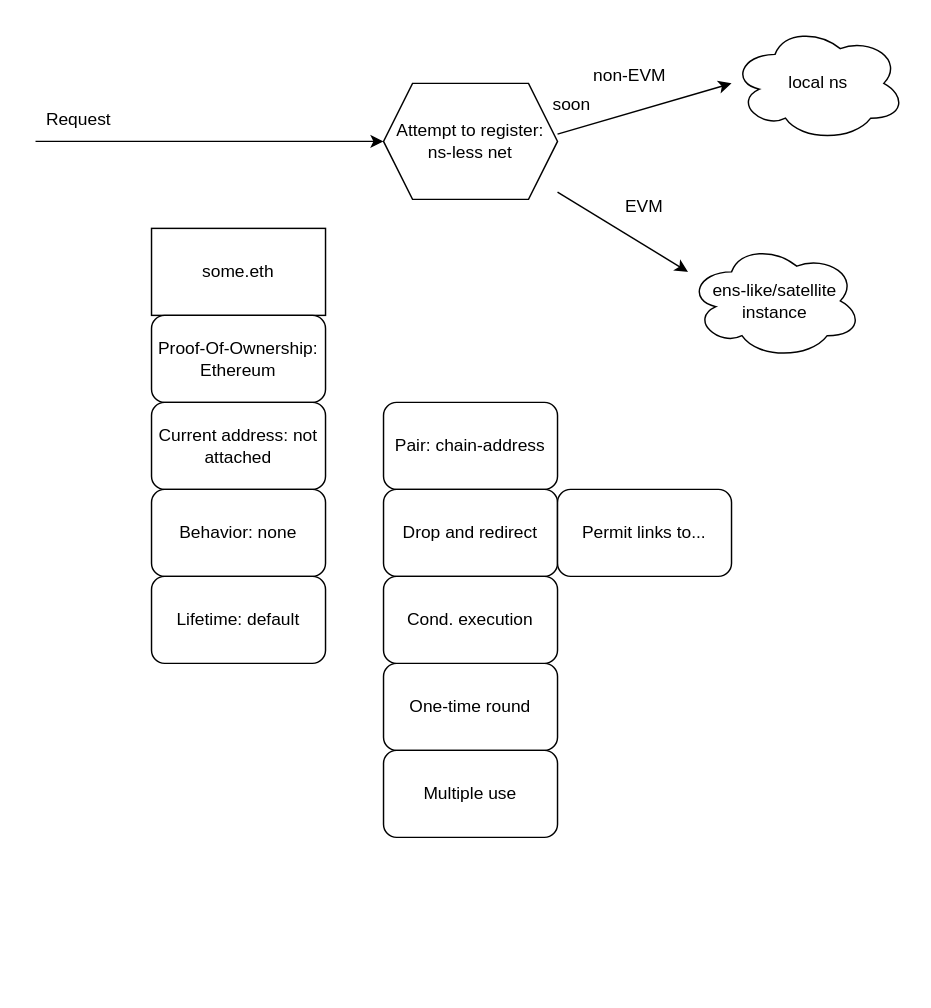
This is diagram.drawio from bitspresso/whatever-works, a draw.io file, before an edit. Source tidied: cells renumbered, new cells numbered last; positions are measured from the earlier drawing's top-left corner, leaving out a move shared by most shapes. Both pictures are drawn from the tidied source at 145%, with x=0, y=0 at pixel (35, 25).
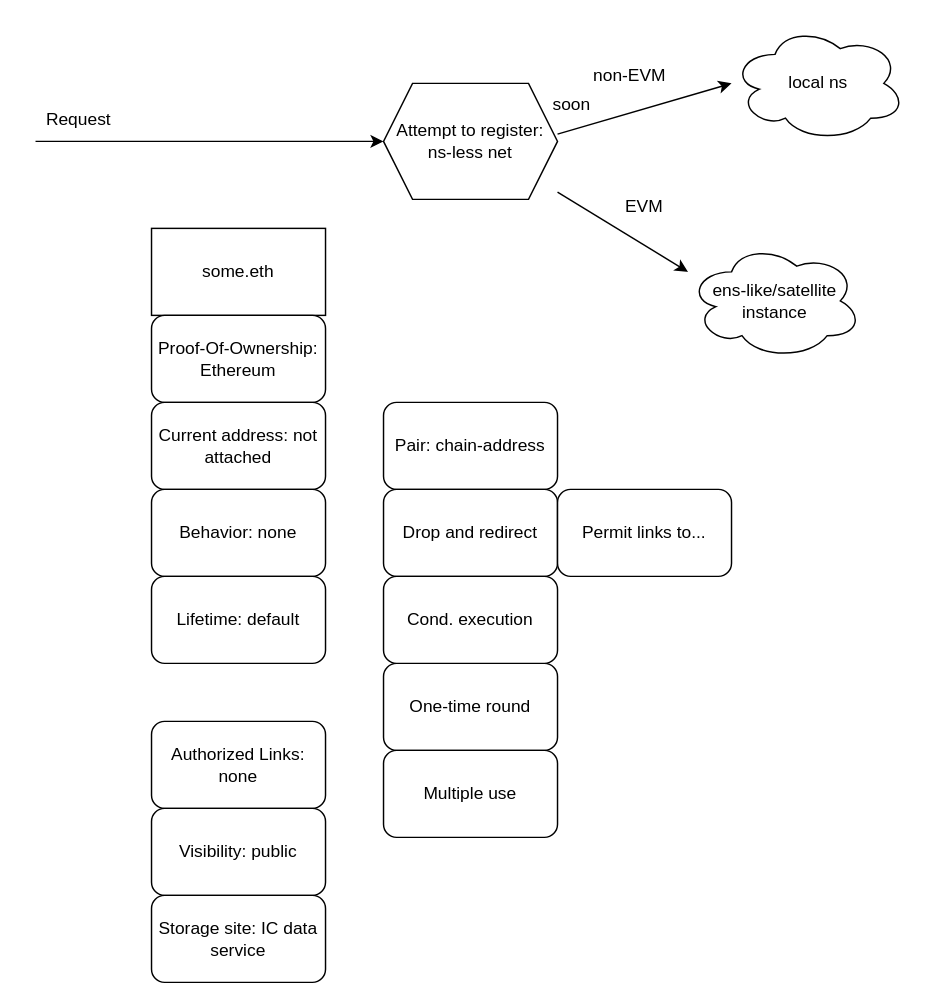
The same diagram, later.

Change to the diagram source:
```diff
@@
+    <mxCell id="23" value="Authorized Links: none" style="rounded=1;whiteSpace=wrap;html=1;" parent="1" vertex="1">
+      <mxGeometry x="80" y="480" width="120" height="60" as="geometry" />
+    </mxCell>
+    <mxCell id="24" value="Visibility: public" style="rounded=1;whiteSpace=wrap;html=1;" parent="1" vertex="1">
+      <mxGeometry x="80" y="540" width="120" height="60" as="geometry" />
+    </mxCell>
+    <mxCell id="25" value="Storage site: IC data service" style="rounded=1;whiteSpace=wrap;html=1;" parent="1" vertex="1">
+      <mxGeometry x="80" y="600" width="120" height="60" as="geometry" />
+    </mxCell>
```
